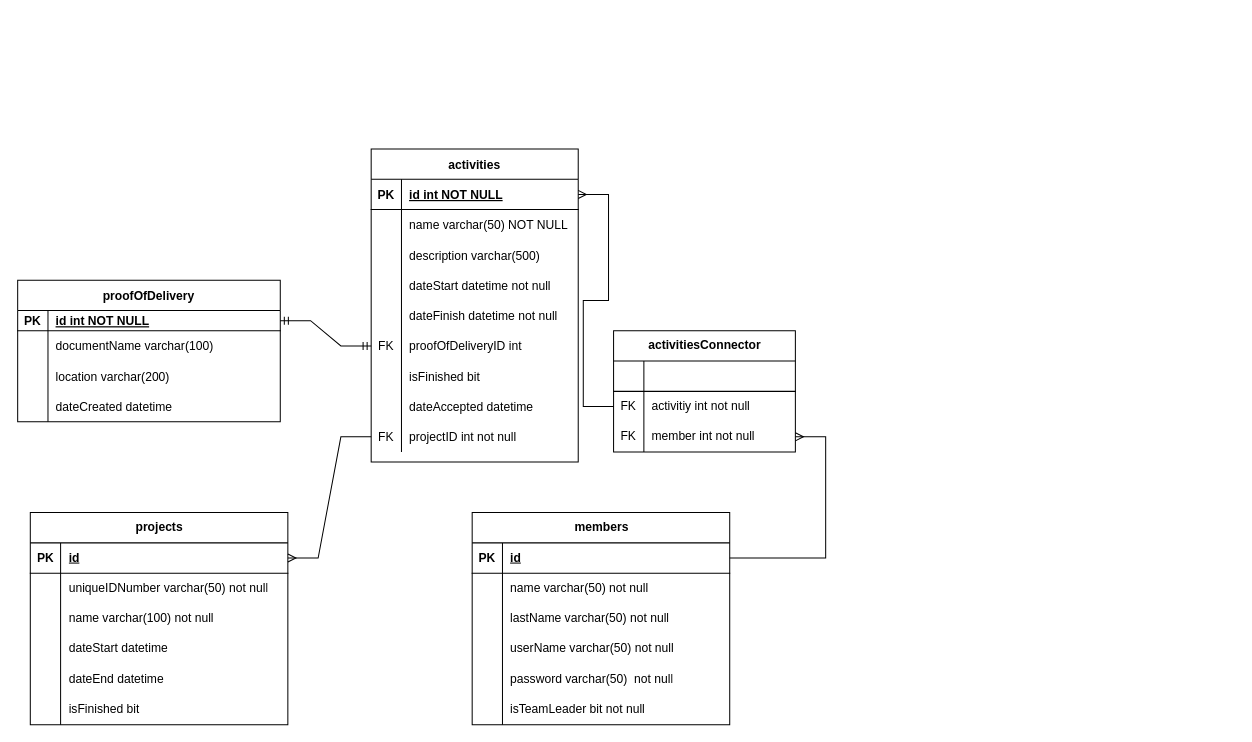
Matija1988/EDUNOVA_project_organiser keeps this draw.io diagram as diagram/project_organiser.drawio. Above is the earlier version. Source tidied: cells renumbered, new cells numbered last; positions are measured from the earlier drawing's top-left corner, leaving out a move shared by most shapes. Both pictures are drawn from the tidied source at 101%, with x=0, y=0 at pixel (17, 148).
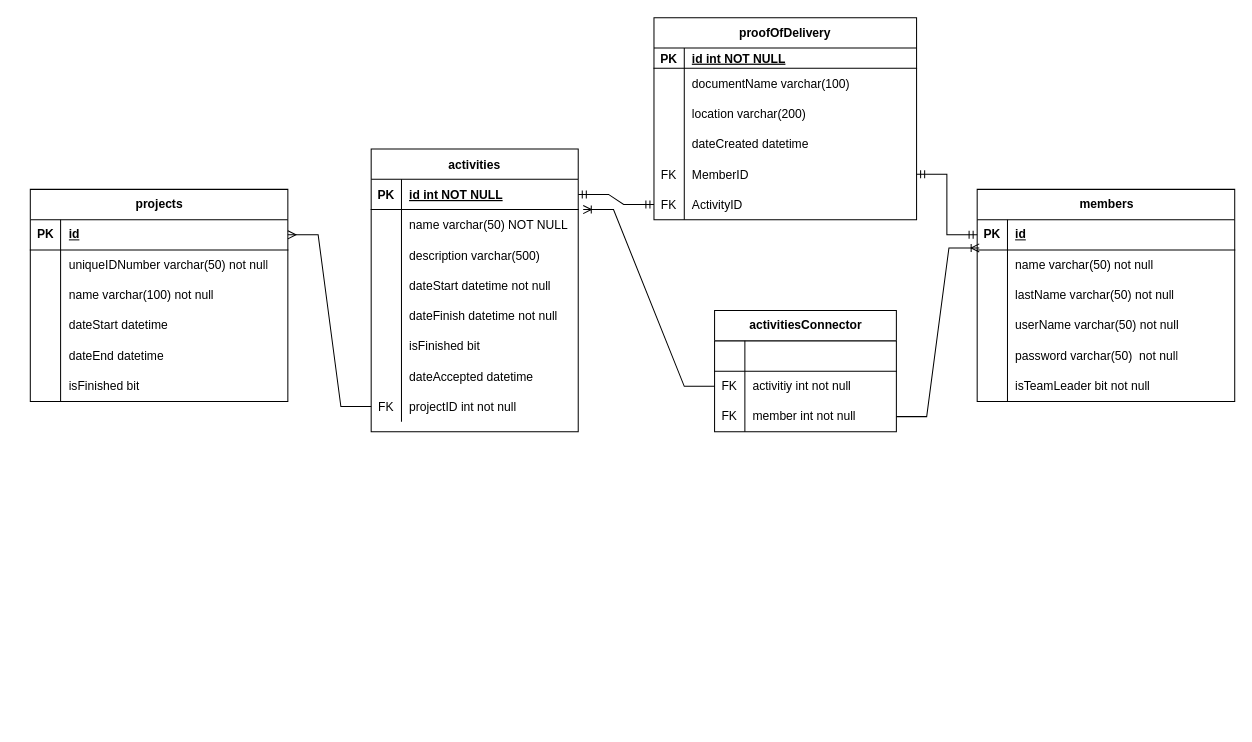
The same diagram, later.

Commit message (it also covers changes not shown here):
Mala dorda da si olaksam zivot

Unchanged cells that the change refers to:
```xml
<mxCell id="3" style="shape=partialRectangle;fillColor=none;points=[[0,0.5],[1,0.5]];portConstraint=eastwest;top=0;left=0;right=0;bottom=1;" parent="2" vertex="1">
  <mxGeometry y="30" width="260" height="20" as="geometry" />
</mxCell>
<mxCell id="16" style="shape=partialRectangle;fillColor=none;points=[[0,0.5],[1,0.5]];portConstraint=eastwest;top=0;left=0;right=0;bottom=1;" parent="15" vertex="1">
  <mxGeometry y="30" width="205" height="30" as="geometry" />
</mxCell>
<mxCell id="19" style="shape=partialRectangle;fillColor=none;points=[[0,0.5],[1,0.5]];portConstraint=eastwest;top=0;left=0;right=0;bottom=0;" parent="15" vertex="1">
  <mxGeometry y="60" width="205" height="30" as="geometry" />
</mxCell>
<mxCell id="47" style="shape=tableRow;horizontal=0;startSize=0;swimlaneHead=0;swimlaneBody=0;fillColor=none;points=[[0,0.5],[1,0.5]];portConstraint=eastwest;top=0;left=0;right=0;bottom=0;" parent="43" vertex="1">
  <mxGeometry y="60" width="180" height="30" as="geometry" />
</mxCell>
<mxCell id="50" style="shape=tableRow;horizontal=0;startSize=0;swimlaneHead=0;swimlaneBody=0;fillColor=none;points=[[0,0.5],[1,0.5]];portConstraint=eastwest;top=0;left=0;right=0;bottom=0;" parent="43" vertex="1">
  <mxGeometry y="90" width="180" height="30" as="geometry" />
</mxCell>
<mxCell id="73" style="shape=tableRow;horizontal=0;startSize=0;swimlaneHead=0;swimlaneBody=0;fillColor=none;points=[[0,0.5],[1,0.5]];portConstraint=eastwest;top=0;left=0;right=0;bottom=1;" parent="72" vertex="1">
  <mxGeometry y="30" width="255" height="30" as="geometry" />
</mxCell>
<mxCell id="76" style="shape=tableRow;horizontal=0;startSize=0;swimlaneHead=0;swimlaneBody=0;fillColor=none;points=[[0,0.5],[1,0.5]];portConstraint=eastwest;top=0;left=0;right=0;bottom=0;" parent="72" vertex="1">
  <mxGeometry y="60" width="255" height="30" as="geometry" />
</mxCell>
```

Diff of the diagram source:
```diff
@@
     <mxCell id="2" value="proofOfDelivery" style="shape=table;startSize=30;childLayout=tableLayout;rowLines=0;fontStyle=1;align=center;" parent="1" vertex="1">
-      <mxGeometry y="130" width="260" height="140" as="geometry" />
+      <mxGeometry x="630" y="-130" width="260" height="200" as="geometry" />
     </mxCell>
@@
+    <mxCell id="95" style="shape=partialRectangle;fillColor=none;points=[[0,0.5],[1,0.5]];portConstraint=eastwest;top=0;left=0;right=0;bottom=0;" parent="2" vertex="1">
+      <mxGeometry y="140" width="260" height="30" as="geometry" />
+    </mxCell>
+    <mxCell id="96" value="FK" style="shape=partialRectangle;overflow=hidden;fillColor=none;top=0;left=0;bottom=0;right=0;" parent="95" vertex="1">
+      <mxGeometry width="30" height="30" as="geometry" />
+    </mxCell>
+    <mxCell id="97" value="MemberID" style="shape=partialRectangle;overflow=hidden;fillColor=none;top=0;left=0;bottom=0;right=0;align=left;spacingLeft=6;" parent="95" vertex="1">
+      <mxGeometry x="30" width="230" height="30" as="geometry" />
+    </mxCell>
+    <mxCell id="98" style="shape=partialRectangle;fillColor=none;points=[[0,0.5],[1,0.5]];portConstraint=eastwest;top=0;left=0;right=0;bottom=0;" parent="2" vertex="1">
+      <mxGeometry y="170" width="260" height="30" as="geometry" />
+    </mxCell>
+    <mxCell id="99" value="FK" style="shape=partialRectangle;overflow=hidden;fillColor=none;top=0;left=0;bottom=0;right=0;" parent="98" vertex="1">
+      <mxGeometry width="30" height="30" as="geometry" />
+    </mxCell>
+    <mxCell id="100" value="ActivityID" style="shape=partialRectangle;overflow=hidden;fillColor=none;top=0;left=0;bottom=0;right=0;align=left;spacingLeft=6;" parent="98" vertex="1">
+      <mxGeometry x="30" width="230" height="30" as="geometry" />
+    </mxCell>
     <mxCell id="15" value="activities" style="shape=table;startSize=30;childLayout=tableLayout;rowLines=0;fontStyle=1;align=center;" parent="1" vertex="1">
-      <mxGeometry x="350" width="205" height="310" as="geometry" />
+      <mxGeometry x="350" width="205" height="280" as="geometry" />
     </mxCell>
@@
-    <mxCell id="31" style="shape=partialRectangle;fillColor=none;points=[[0,0.5],[1,0.5]];portConstraint=eastwest;top=0;left=0;right=0;bottom=0;" parent="15" vertex="1">
-      <mxGeometry y="180" width="205" height="30" as="geometry" />
-    </mxCell>
-    <mxCell id="32" value="FK" style="shape=partialRectangle;overflow=hidden;fillColor=none;top=0;left=0;bottom=0;right=0;" parent="31" vertex="1">
-      <mxGeometry width="30" height="30" as="geometry" />
-    </mxCell>
-    <mxCell id="33" value="proofOfDeliveryID int" style="shape=partialRectangle;overflow=hidden;fillColor=none;top=0;left=0;bottom=0;right=0;align=left;spacingLeft=6;" parent="31" vertex="1">
-      <mxGeometry x="30" width="175" height="30" as="geometry" />
-    </mxCell>
     <mxCell id="34" style="shape=partialRectangle;fillColor=none;top=0;left=0;right=0;bottom=0;" parent="15" vertex="1">
-      <mxGeometry y="210" width="205" height="30" as="geometry" />
+      <mxGeometry y="180" width="205" height="30" as="geometry" />
     </mxCell>
@@
     <mxCell id="37" style="shape=partialRectangle;fillColor=none;top=0;left=0;right=0;bottom=0;" parent="15" vertex="1">
-      <mxGeometry y="240" width="205" height="30" as="geometry" />
+      <mxGeometry y="210" width="205" height="30" as="geometry" />
     </mxCell>
@@
     <mxCell id="40" style="shape=partialRectangle;fillColor=none;points=[[0,0.5],[1,0.5]];portConstraint=eastwest;top=0;left=0;right=0;bottom=0;" parent="15" vertex="1">
-      <mxGeometry y="270" width="205" height="30" as="geometry" />
+      <mxGeometry y="240" width="205" height="30" as="geometry" />
     </mxCell>
@@
     <mxCell id="43" value="activitiesConnector" style="shape=table;startSize=30;childLayout=tableLayout;rowLines=0;fontStyle=1;align=center;html=1;" parent="1" vertex="1">
-      <mxGeometry x="590" y="180" width="180" height="120" as="geometry" />
+      <mxGeometry x="690" y="160" width="180" height="120" as="geometry" />
     </mxCell>
@@
     <mxCell id="53" value="projects" style="shape=table;startSize=30;childLayout=tableLayout;rowLines=0;fontStyle=1;align=center;html=1;" parent="1" vertex="1">
-      <mxGeometry x="12.5" y="360" width="255" height="210" as="geometry" />
+      <mxGeometry x="12.5" y="40" width="255" height="210" as="geometry" />
     </mxCell>
@@
     <mxCell id="72" value="members" style="shape=table;startSize=30;childLayout=tableLayout;rowLines=0;fontStyle=1;align=center;html=1;" parent="1" vertex="1">
-      <mxGeometry x="450" y="360" width="255" height="210" as="geometry" />
+      <mxGeometry x="950" y="40" width="255" height="210" as="geometry" />
     </mxCell>
@@
-    <mxCell id="91" style="edgeStyle=entityRelationEdgeStyle;fontSize=12;html=1;endArrow=ERmandOne;startArrow=ERmandOne;rounded=0;exitX=1;exitY=0.5;exitDx=0;exitDy=0;entryX=0;entryY=0.5;entryDx=0;entryDy=0;" parent="1" edge="1" source="3" target="31">
-      <mxGeometry relative="1" as="geometry">
-        <Array as="points">
-          <mxPoint x="270" y="210" />
-        </Array>
-      </mxGeometry>
-    </mxCell>
@@
-    <mxCell id="93" style="edgeStyle=entityRelationEdgeStyle;fontSize=12;html=1;endArrow=ERmany;rounded=0;exitX=1;exitY=0.5;exitDx=0;exitDy=0;" parent="1" edge="1" source="73" target="50">
-      <mxGeometry relative="1" as="geometry" />
-    </mxCell>
-    <mxCell id="94" style="edgeStyle=entityRelationEdgeStyle;fontSize=12;html=1;endArrow=ERmany;rounded=0;entryX=1;entryY=0.5;entryDx=0;entryDy=0;exitX=0;exitY=0.5;exitDx=0;exitDy=0;" parent="1" edge="1" source="47" target="16">
-      <mxGeometry relative="1" as="geometry" />
-    </mxCell>
+    <mxCell id="101" style="edgeStyle=entityRelationEdgeStyle;fontSize=12;html=1;endArrow=ERmandOne;startArrow=ERmandOne;rounded=0;entryX=0;entryY=0.5;entryDx=0;entryDy=0;exitX=1;exitY=0.5;exitDx=0;exitDy=0;" parent="1" edge="1" source="95" target="73">
+      <mxGeometry relative="1" as="geometry" />
+    </mxCell>
+    <mxCell id="102" style="edgeStyle=entityRelationEdgeStyle;fontSize=12;html=1;endArrow=ERmandOne;startArrow=ERmandOne;rounded=0;entryX=0;entryY=0.5;entryDx=0;entryDy=0;exitX=1;exitY=0.5;exitDx=0;exitDy=0;" parent="1" edge="1" source="16" target="98">
+      <mxGeometry relative="1" as="geometry" />
+    </mxCell>
+    <mxCell id="103" style="edgeStyle=entityRelationEdgeStyle;fontSize=12;html=1;endArrow=ERoneToMany;rounded=0;entryX=1.024;entryY=0;entryDx=0;entryDy=0;exitX=0;exitY=0.5;exitDx=0;exitDy=0;entryPerimeter=0;" parent="1" edge="1" source="47" target="19">
+      <mxGeometry relative="1" as="geometry" />
+    </mxCell>
+    <mxCell id="104" style="edgeStyle=entityRelationEdgeStyle;fontSize=12;html=1;endArrow=ERoneToMany;rounded=0;exitX=1;exitY=0.5;exitDx=0;exitDy=0;entryX=0.008;entryY=-0.067;entryDx=0;entryDy=0;entryPerimeter=0;" parent="1" edge="1" source="50" target="76">
+      <mxGeometry relative="1" as="geometry" />
+    </mxCell>
```
